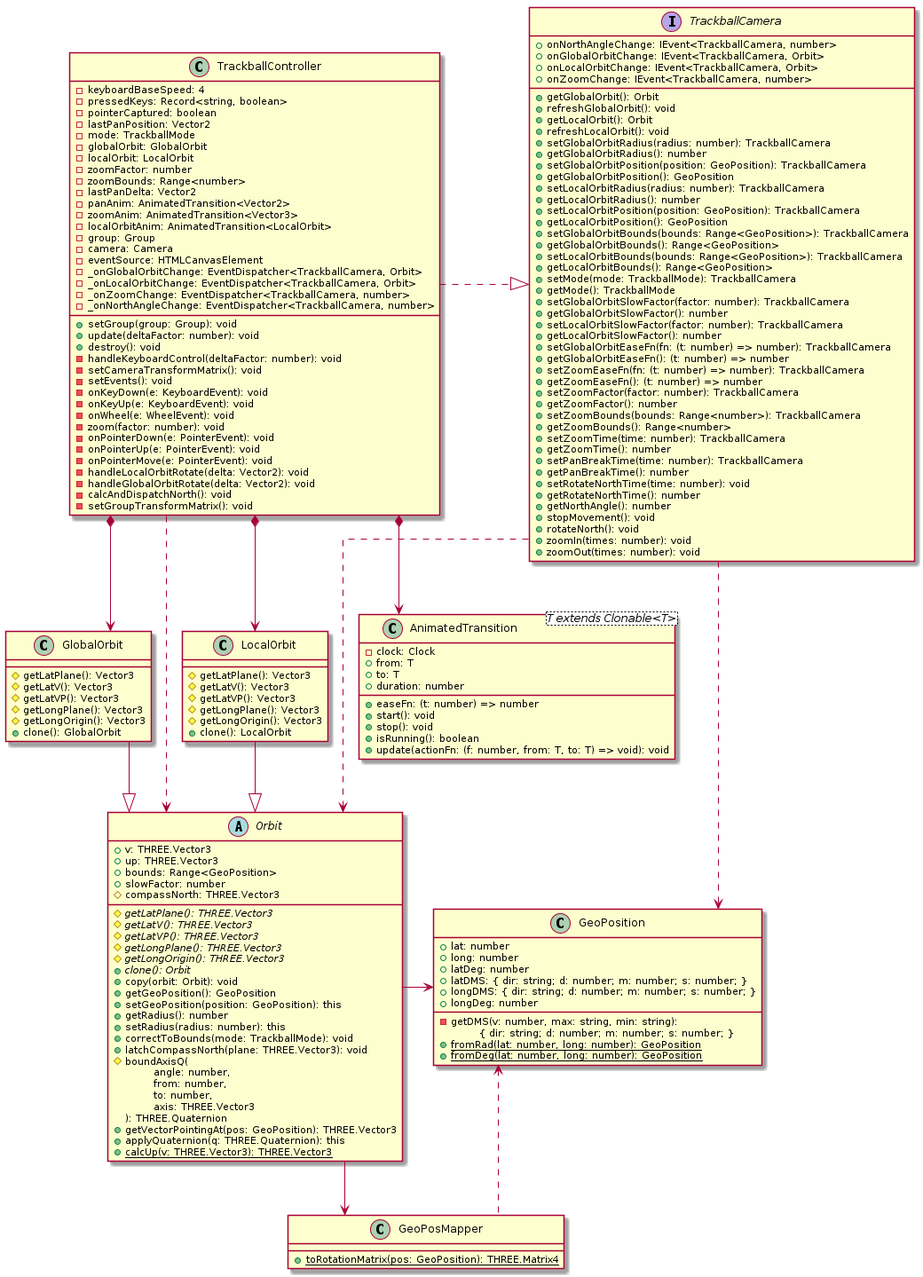
Earlier version of the PlantUML export docs/src/diagrams/out/c3_trackball.png (damiankoper/geovis). Its diagram source:
```plantuml
@startuml
skinparam Linetype ortho
class GeoPosMapper {
    +{static} toRotationMatrix(pos: GeoPosition): THREE.Matrix4
}

class GeoPosition {
    +lat: number
    +long: number
    +latDeg: number
    +latDMS: { dir: string; d: number; m: number; s: number; }
    +longDMS: { dir: string; d: number; m: number; s: number; }
    -getDMS(v: number, max: string, min: string):\n\t{ dir: string; d: number; m: number; s: number; }
    +longDeg: number
    +{static} fromRad(lat: number, long: number): GeoPosition
    +{static} fromDeg(lat: number, long: number): GeoPosition
}

abstract class Orbit {
    +v: THREE.Vector3
    +up: THREE.Vector3
    +bounds: Range<GeoPosition>
    +slowFactor: number
    #compassNorth: THREE.Vector3
    #{abstract} getLatPlane(): THREE.Vector3
    #{abstract} getLatV(): THREE.Vector3
    #{abstract} getLatVP(): THREE.Vector3
    #{abstract} getLongPlane(): THREE.Vector3
    #{abstract} getLongOrigin(): THREE.Vector3
    +{abstract} clone(): Orbit
    +copy(orbit: Orbit): void
    +getGeoPosition(): GeoPosition
    +setGeoPosition(position: GeoPosition): this
    +getRadius(): number
    +setRadius(radius: number): this
    +correctToBounds(mode: TrackballMode): void
    +latchCompassNorth(plane: THREE.Vector3): void
    #boundAxisQ(\n\tangle: number, \n\tfrom: number, \n\tto: number, \n\taxis: THREE.Vector3\n): THREE.Quaternion
    +getVectorPointingAt(pos: GeoPosition): THREE.Vector3
    +applyQuaternion(q: THREE.Quaternion): this
    +{static} calcUp(v: THREE.Vector3): THREE.Vector3
}

class GlobalOrbit {
    #getLatPlane(): Vector3
    #getLatV(): Vector3
    #getLatVP(): Vector3
    #getLongPlane(): Vector3
    #getLongOrigin(): Vector3
    +clone(): GlobalOrbit
}
class LocalOrbit  {
    #getLatPlane(): Vector3
    #getLatV(): Vector3
    #getLatVP(): Vector3
    #getLongPlane(): Vector3
    #getLongOrigin(): Vector3
    +clone(): LocalOrbit
}

class AnimatedTransition<T extends Clonable<T>> {
    -clock: Clock
    +from: T
    +to: T
    +duration: number
    +easeFn: (t: number) => number
    +start(): void
    +stop(): void
    +isRunning(): boolean
    +update(actionFn: (f: number, from: T, to: T) => void): void
}


interface TrackballCamera {
    +getGlobalOrbit(): Orbit
    +refreshGlobalOrbit(): void
    +getLocalOrbit(): Orbit
    +refreshLocalOrbit(): void
    +setGlobalOrbitRadius(radius: number): TrackballCamera
    +getGlobalOrbitRadius(): number
    +setGlobalOrbitPosition(position: GeoPosition): TrackballCamera
    +getGlobalOrbitPosition(): GeoPosition
    +setLocalOrbitRadius(radius: number): TrackballCamera
    +getLocalOrbitRadius(): number
    +setLocalOrbitPosition(position: GeoPosition): TrackballCamera
    +getLocalOrbitPosition(): GeoPosition
    +setGlobalOrbitBounds(bounds: Range<GeoPosition>): TrackballCamera
    +getGlobalOrbitBounds(): Range<GeoPosition>
    +setLocalOrbitBounds(bounds: Range<GeoPosition>): TrackballCamera
    +getLocalOrbitBounds(): Range<GeoPosition>
    +setMode(mode: TrackballMode): TrackballCamera
    +getMode(): TrackballMode
    +setGlobalOrbitSlowFactor(factor: number): TrackballCamera
    +getGlobalOrbitSlowFactor(): number
    +setLocalOrbitSlowFactor(factor: number): TrackballCamera
    +getLocalOrbitSlowFactor(): number
    +setGlobalOrbitEaseFn(fn: (t: number) => number): TrackballCamera
    +getGlobalOrbitEaseFn(): (t: number) => number
    +setZoomEaseFn(fn: (t: number) => number): TrackballCamera
    +getZoomEaseFn(): (t: number) => number
    +setZoomFactor(factor: number): TrackballCamera
    +getZoomFactor(): number
    +setZoomBounds(bounds: Range<number>): TrackballCamera
    +getZoomBounds(): Range<number>
    +setZoomTime(time: number): TrackballCamera
    +getZoomTime(): number
    +setPanBreakTime(time: number): TrackballCamera
    +getPanBreakTime(): number
    +setRotateNorthTime(time: number): void
    +getRotateNorthTime(): number
    +getNorthAngle(): number
    +stopMovement(): void
    +rotateNorth(): void
    +zoomIn(times: number): void
    +zoomOut(times: number): void
    +onNorthAngleChange: IEvent<TrackballCamera, number>
    +onGlobalOrbitChange: IEvent<TrackballCamera, Orbit>
    +onLocalOrbitChange: IEvent<TrackballCamera, Orbit>
    +onZoomChange: IEvent<TrackballCamera, number>
}

class TrackballController  {
    -keyboardBaseSpeed: 4
    -pressedKeys: Record<string, boolean>
    -pointerCaptured: boolean
    -lastPanPosition: Vector2
    -mode: TrackballMode
    -globalOrbit: GlobalOrbit
    -localOrbit: LocalOrbit
    -zoomFactor: number
    -zoomBounds: Range<number>
    -lastPanDelta: Vector2
    -panAnim: AnimatedTransition<Vector2>
    -zoomAnim: AnimatedTransition<Vector3>
    -localOrbitAnim: AnimatedTransition<LocalOrbit>
    -group: Group
    -camera: Camera
    -eventSource: HTMLCanvasElement
    +setGroup(group: Group): void
    +update(deltaFactor: number): void
    +destroy(): void
    -handleKeyboardControl(deltaFactor: number): void
    -setCameraTransformMatrix(): void
    -setEvents(): void
    -onKeyDown(e: KeyboardEvent): void
    -onKeyUp(e: KeyboardEvent): void
    -onWheel(e: WheelEvent): void
    -zoom(factor: number): void
    -onPointerDown(e: PointerEvent): void
    -onPointerUp(e: PointerEvent): void
    -onPointerMove(e: PointerEvent): void
    -handleLocalOrbitRotate(delta: Vector2): void
    -handleGlobalOrbitRotate(delta: Vector2): void
    -calcAndDispatchNorth(): void
    -setGroupTransformMatrix(): void
    -_onGlobalOrbitChange: EventDispatcher<TrackballCamera, Orbit>
    -_onLocalOrbitChange: EventDispatcher<TrackballCamera, Orbit>
    -_onZoomChange: EventDispatcher<TrackballCamera, number>
    -_onNorthAngleChange: EventDispatcher<TrackballCamera, number>
}

TrackballController .|> TrackballCamera

TrackballCamera ..> Orbit
TrackballCamera ...> GeoPosition

TrackballController *--> AnimatedTransition
TrackballController *--> LocalOrbit
TrackballController *--> GlobalOrbit
TrackballController ..> Orbit

Orbit --> GeoPosMapper
Orbit -> GeoPosition
GeoPosition <.. GeoPosMapper
LocalOrbit --|> Orbit
GlobalOrbit --|> Orbit
@enduml
```
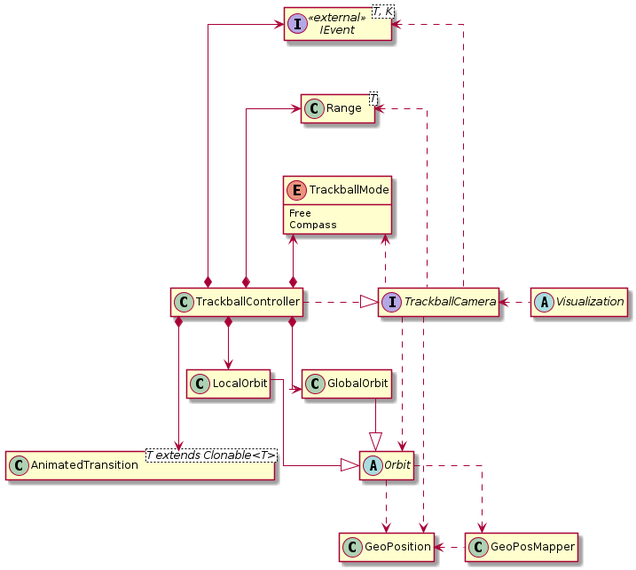
The same file after the commit.

What changed in the source:
```diff
@@ -1,177 +1,51 @@
 @startuml
 skinparam Linetype ortho
-class GeoPosMapper {
-    +{static} toRotationMatrix(pos: GeoPosition): THREE.Matrix4
+hide empty members
+class GeoPosMapper
+
+class GeoPosition
+
+abstract class Orbit
+
+class GlobalOrbit
+class LocalOrbit
+
+class AnimatedTransition<T extends Clonable<T>>
+interface IEvent<T, K> <<external>>
+
+class Range<T>
+enum TrackballMode{
+    Free
+    Compass
 }
 
-class GeoPosition {
-    +lat: number
-    +long: number
-    +latDeg: number
-    +latDMS: { dir: string; d: number; m: number; s: number; }
-    +longDMS: { dir: string; d: number; m: number; s: number; }
-    -getDMS(v: number, max: string, min: string):\n\t{ dir: string; d: number; m: number; s: number; }
-    +longDeg: number
-    +{static} fromRad(lat: number, long: number): GeoPosition
-    +{static} fromDeg(lat: number, long: number): GeoPosition
-}
+abstract class Visualization
 
-abstract class Orbit {
-    +v: THREE.Vector3
-    +up: THREE.Vector3
-    +bounds: Range<GeoPosition>
-    +slowFactor: number
-    #compassNorth: THREE.Vector3
-    #{abstract} getLatPlane(): THREE.Vector3
-    #{abstract} getLatV(): THREE.Vector3
-    #{abstract} getLatVP(): THREE.Vector3
-    #{abstract} getLongPlane(): THREE.Vector3
-    #{abstract} getLongOrigin(): THREE.Vector3
-    +{abstract} clone(): Orbit
-    +copy(orbit: Orbit): void
-    +getGeoPosition(): GeoPosition
-    +setGeoPosition(position: GeoPosition): this
-    +getRadius(): number
-    +setRadius(radius: number): this
-    +correctToBounds(mode: TrackballMode): void
-    +latchCompassNorth(plane: THREE.Vector3): void
-    #boundAxisQ(\n\tangle: number, \n\tfrom: number, \n\tto: number, \n\taxis: THREE.Vector3\n): THREE.Quaternion
-    +getVectorPointingAt(pos: GeoPosition): THREE.Vector3
-    +applyQuaternion(q: THREE.Quaternion): this
-    +{static} calcUp(v: THREE.Vector3): THREE.Vector3
-}
+interface TrackballCamera
 
-class GlobalOrbit {
-    #getLatPlane(): Vector3
-    #getLatV(): Vector3
-    #getLatVP(): Vector3
-    #getLongPlane(): Vector3
-    #getLongOrigin(): Vector3
-    +clone(): GlobalOrbit
-}
-class LocalOrbit  {
-    #getLatPlane(): Vector3
-    #getLatV(): Vector3
-    #getLatVP(): Vector3
-    #getLongPlane(): Vector3
-    #getLongOrigin(): Vector3
-    +clone(): LocalOrbit
-}
-
-class AnimatedTransition<T extends Clonable<T>> {
-    -clock: Clock
-    +from: T
-    +to: T
-    +duration: number
-    +easeFn: (t: number) => number
-    +start(): void
-    +stop(): void
-    +isRunning(): boolean
-    +update(actionFn: (f: number, from: T, to: T) => void): void
-}
-
-
-interface TrackballCamera {
-    +getGlobalOrbit(): Orbit
-    +refreshGlobalOrbit(): void
-    +getLocalOrbit(): Orbit
-    +refreshLocalOrbit(): void
-    +setGlobalOrbitRadius(radius: number): TrackballCamera
-    +getGlobalOrbitRadius(): number
-    +setGlobalOrbitPosition(position: GeoPosition): TrackballCamera
-    +getGlobalOrbitPosition(): GeoPosition
-    +setLocalOrbitRadius(radius: number): TrackballCamera
-    +getLocalOrbitRadius(): number
-    +setLocalOrbitPosition(position: GeoPosition): TrackballCamera
-    +getLocalOrbitPosition(): GeoPosition
-    +setGlobalOrbitBounds(bounds: Range<GeoPosition>): TrackballCamera
-    +getGlobalOrbitBounds(): Range<GeoPosition>
-    +setLocalOrbitBounds(bounds: Range<GeoPosition>): TrackballCamera
-    +getLocalOrbitBounds(): Range<GeoPosition>
-    +setMode(mode: TrackballMode): TrackballCamera
-    +getMode(): TrackballMode
-    +setGlobalOrbitSlowFactor(factor: number): TrackballCamera
-    +getGlobalOrbitSlowFactor(): number
-    +setLocalOrbitSlowFactor(factor: number): TrackballCamera
-    +getLocalOrbitSlowFactor(): number
-    +setGlobalOrbitEaseFn(fn: (t: number) => number): TrackballCamera
-    +getGlobalOrbitEaseFn(): (t: number) => number
-    +setZoomEaseFn(fn: (t: number) => number): TrackballCamera
-    +getZoomEaseFn(): (t: number) => number
-    +setZoomFactor(factor: number): TrackballCamera
-    +getZoomFactor(): number
-    +setZoomBounds(bounds: Range<number>): TrackballCamera
-    +getZoomBounds(): Range<number>
-    +setZoomTime(time: number): TrackballCamera
-    +getZoomTime(): number
-    +setPanBreakTime(time: number): TrackballCamera
-    +getPanBreakTime(): number
-    +setRotateNorthTime(time: number): void
-    +getRotateNorthTime(): number
-    +getNorthAngle(): number
-    +stopMovement(): void
-    +rotateNorth(): void
-    +zoomIn(times: number): void
-    +zoomOut(times: number): void
-    +onNorthAngleChange: IEvent<TrackballCamera, number>
-    +onGlobalOrbitChange: IEvent<TrackballCamera, Orbit>
-    +onLocalOrbitChange: IEvent<TrackballCamera, Orbit>
-    +onZoomChange: IEvent<TrackballCamera, number>
-}
-
-class TrackballController  {
-    -keyboardBaseSpeed: 4
-    -pressedKeys: Record<string, boolean>
-    -pointerCaptured: boolean
-    -lastPanPosition: Vector2
-    -mode: TrackballMode
-    -globalOrbit: GlobalOrbit
-    -localOrbit: LocalOrbit
-    -zoomFactor: number
-    -zoomBounds: Range<number>
-    -lastPanDelta: Vector2
-    -panAnim: AnimatedTransition<Vector2>
-    -zoomAnim: AnimatedTransition<Vector3>
-    -localOrbitAnim: AnimatedTransition<LocalOrbit>
-    -group: Group
-    -camera: Camera
-    -eventSource: HTMLCanvasElement
-    +setGroup(group: Group): void
-    +update(deltaFactor: number): void
-    +destroy(): void
-    -handleKeyboardControl(deltaFactor: number): void
-    -setCameraTransformMatrix(): void
-    -setEvents(): void
-    -onKeyDown(e: KeyboardEvent): void
-    -onKeyUp(e: KeyboardEvent): void
-    -onWheel(e: WheelEvent): void
-    -zoom(factor: number): void
-    -onPointerDown(e: PointerEvent): void
-    -onPointerUp(e: PointerEvent): void
-    -onPointerMove(e: PointerEvent): void
-    -handleLocalOrbitRotate(delta: Vector2): void
-    -handleGlobalOrbitRotate(delta: Vector2): void
-    -calcAndDispatchNorth(): void
-    -setGroupTransformMatrix(): void
-    -_onGlobalOrbitChange: EventDispatcher<TrackballCamera, Orbit>
-    -_onLocalOrbitChange: EventDispatcher<TrackballCamera, Orbit>
-    -_onZoomChange: EventDispatcher<TrackballCamera, number>
-    -_onNorthAngleChange: EventDispatcher<TrackballCamera, number>
-}
+class TrackballController
 
 TrackballController .|> TrackballCamera
 
 TrackballCamera ..> Orbit
 TrackballCamera ...> GeoPosition
 
-TrackballController *--> AnimatedTransition
+TrackballController *---> AnimatedTransition
 TrackballController *--> LocalOrbit
 TrackballController *--> GlobalOrbit
-TrackballController ..> Orbit
 
-Orbit --> GeoPosMapper
-Orbit -> GeoPosition
-GeoPosition <.. GeoPosMapper
+TrackballCamera .up.> TrackballMode
+TrackballController *-up-> TrackballMode
+TrackballCamera .up..> Range
+TrackballController *-up-> Range
+TrackballCamera .up...> IEvent
+TrackballController *-up---> IEvent
+
+Orbit .> GeoPosMapper
+Orbit ..> GeoPosition
+GeoPosition <. GeoPosMapper
 LocalOrbit --|> Orbit
 GlobalOrbit --|> Orbit
+
+TrackballCamera <. Visualization
 @enduml
```
